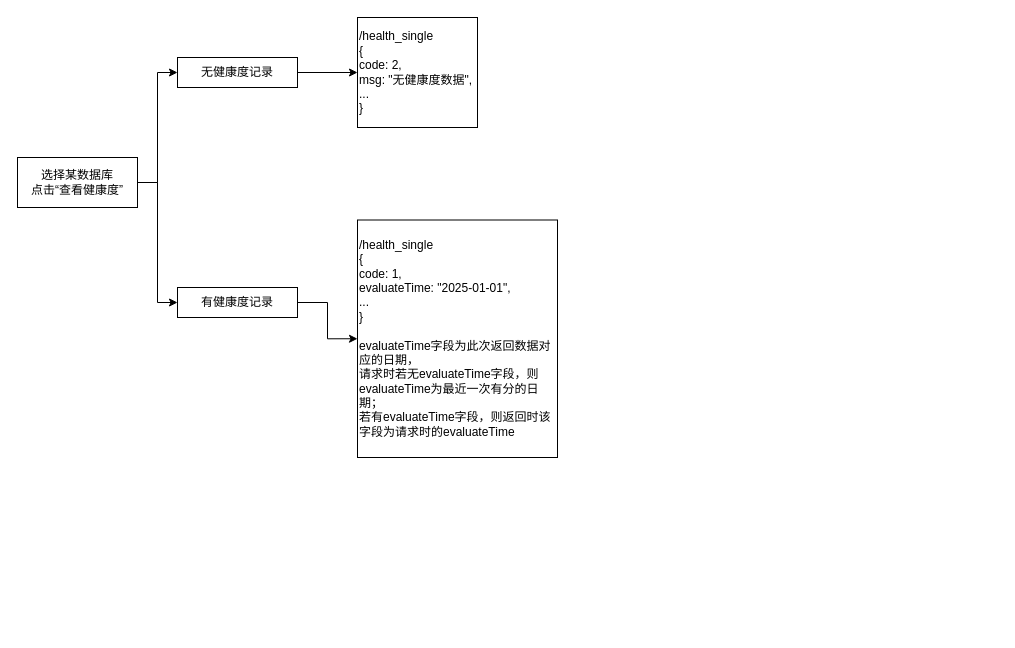
Above: dbi健康度边界情况.drawio in Lee-7723/Git (draw.io), before the change. Source tidied: cells renumbered, new cells numbered last; positions are measured from the earlier drawing's top-left corner, leaving out a move shared by most shapes. Both pictures are drawn from the tidied source at 100%, with x=0, y=0 at pixel (17, 17).
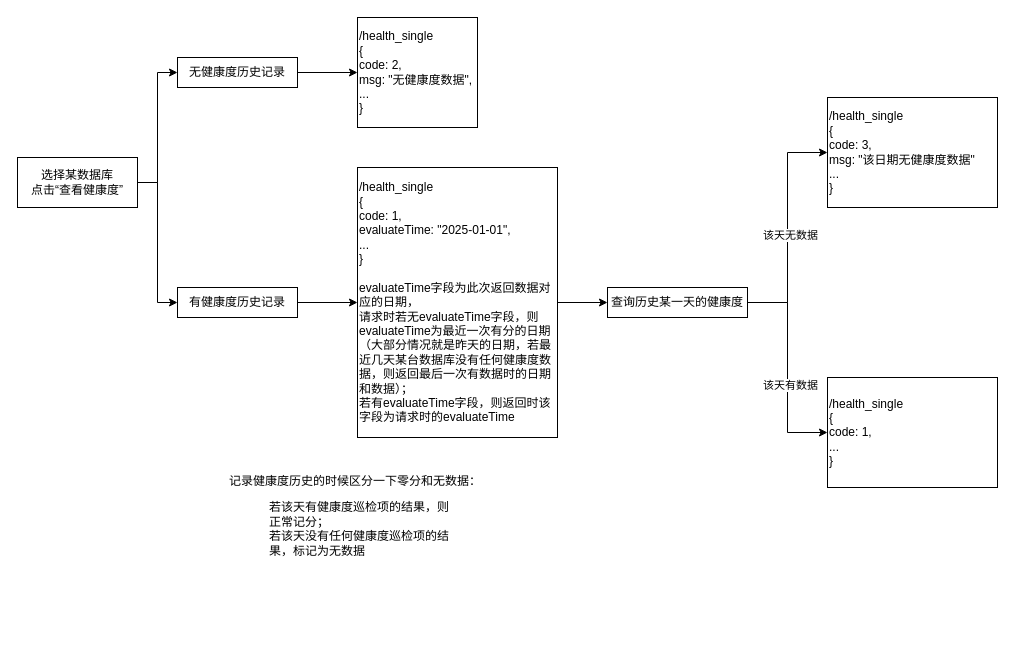
Above is the later version.

Commit message (it also covers changes not shown here):
更新dbi健康度边界情况.drawio

Change to the diagram source:
```diff
@@
 <mxGraphModel>
   <root>
     <mxCell id="0" />
     <mxCell id="1" parent="0" />
     <mxCell id="2" style="edgeStyle=orthogonalEdgeStyle;rounded=0;jettySize=auto;html=1;exitX=1;exitY=0.5;exitDx=0;exitDy=0;entryX=0;entryY=0.5;entryDx=0;entryDy=0;" parent="1" edge="1" source="4" target="6">
       <mxGeometry relative="1" as="geometry" />
     </mxCell>
     <mxCell id="3" style="edgeStyle=orthogonalEdgeStyle;rounded=0;jettySize=auto;html=1;exitX=1;exitY=0.5;exitDx=0;exitDy=0;entryX=0;entryY=0.5;entryDx=0;entryDy=0;" parent="1" edge="1" source="4" target="8">
       <mxGeometry relative="1" as="geometry" />
     </mxCell>
     <mxCell id="4" value="&lt;div&gt;选择某数据库&lt;/div&gt;&lt;div&gt;点击“查看健康度”&lt;br&gt;&lt;/div&gt;" style="rounded=0;whiteSpace=wrap;html=1;" parent="1" vertex="1">
       <mxGeometry y="140" width="120" height="50" as="geometry" />
     </mxCell>
     <mxCell id="5" style="edgeStyle=orthogonalEdgeStyle;rounded=0;jettySize=auto;html=1;exitX=1;exitY=0.5;exitDx=0;exitDy=0;entryX=0;entryY=0.5;entryDx=0;entryDy=0;" parent="1" edge="1" source="6" target="9">
       <mxGeometry relative="1" as="geometry" />
     </mxCell>
-    <mxCell id="6" value="无健康度记录" style="rounded=0;whiteSpace=wrap;html=1;" parent="1" vertex="1">
+    <mxCell id="6" value="无健康度历史记录" style="rounded=0;whiteSpace=wrap;html=1;" parent="1" vertex="1">
       <mxGeometry x="160" y="40" width="120" height="30" as="geometry" />
     </mxCell>
     <mxCell id="7" style="edgeStyle=orthogonalEdgeStyle;rounded=0;jettySize=auto;html=1;exitX=1;exitY=0.5;exitDx=0;exitDy=0;entryX=0;entryY=0.5;entryDx=0;entryDy=0;" parent="1" edge="1" source="8" target="10">
       <mxGeometry relative="1" as="geometry" />
     </mxCell>
-    <mxCell id="8" value="有健康度记录" style="rounded=0;whiteSpace=wrap;html=1;" parent="1" vertex="1">
+    <mxCell id="8" value="有健康度历史记录" style="rounded=0;whiteSpace=wrap;html=1;" parent="1" vertex="1">
       <mxGeometry x="160" y="270" width="120" height="30" as="geometry" />
     </mxCell>
     <mxCell id="9" value="&lt;div align=&quot;left&quot;&gt;/health_single&lt;/div&gt;&lt;div align=&quot;left&quot;&gt;{&lt;/div&gt;&lt;div align=&quot;left&quot;&gt;code: 2,&amp;nbsp;&lt;/div&gt;&lt;div align=&quot;left&quot;&gt;msg: &quot;无健康度数据&quot;,&lt;/div&gt;&lt;div align=&quot;left&quot;&gt;...&lt;br&gt;&lt;/div&gt;&lt;div align=&quot;left&quot;&gt;}&lt;br&gt;&lt;/div&gt;" style="rounded=0;whiteSpace=wrap;html=1;align=left;" parent="1" vertex="1">
       <mxGeometry x="340" width="120" height="110" as="geometry" />
     </mxCell>
+    <mxCell id="11" style="edgeStyle=orthogonalEdgeStyle;rounded=0;jettySize=auto;html=1;exitX=1;exitY=0.5;exitDx=0;exitDy=0;entryX=0;entryY=0.5;entryDx=0;entryDy=0;" parent="1" edge="1" source="10" target="16">
+      <mxGeometry relative="1" as="geometry" />
+    </mxCell>
-    <mxCell id="10" value="&lt;div align=&quot;left&quot;&gt;/health_single&lt;/div&gt;&lt;div align=&quot;left&quot;&gt;{&lt;/div&gt;&lt;div align=&quot;left&quot;&gt;code: 1,&amp;nbsp;&lt;/div&gt;&lt;div align=&quot;left&quot;&gt;evaluateTime: &quot;2025-01-01&quot;,&lt;/div&gt;&lt;div align=&quot;left&quot;&gt;...&lt;br&gt;&lt;/div&gt;&lt;div align=&quot;left&quot;&gt;}&lt;/div&gt;&lt;div align=&quot;left&quot;&gt;&lt;br&gt;&lt;/div&gt;&lt;div align=&quot;left&quot;&gt;evaluateTime字段为此次返回数据对应的日期，&lt;br&gt;&lt;/div&gt;&lt;div align=&quot;left&quot;&gt;请求时若无evaluateTime字段，则evaluateTime为最近一次有分的日期；&lt;/div&gt;&lt;div align=&quot;left&quot;&gt;若有evaluateTime字段，则返回时该字段为请求时的evaluateTime&lt;br&gt;&lt;/div&gt;" style="rounded=0;whiteSpace=wrap;html=1;align=left;" parent="1" vertex="1">
-      <mxGeometry x="340" y="202.5" width="200" height="237.5" as="geometry" />
+    <mxCell id="10" value="&lt;div align=&quot;left&quot;&gt;/health_single&lt;/div&gt;&lt;div align=&quot;left&quot;&gt;{&lt;/div&gt;&lt;div align=&quot;left&quot;&gt;code: 1,&amp;nbsp;&lt;/div&gt;&lt;div align=&quot;left&quot;&gt;evaluateTime: &quot;2025-01-01&quot;,&lt;/div&gt;&lt;div align=&quot;left&quot;&gt;...&lt;br&gt;&lt;/div&gt;&lt;div align=&quot;left&quot;&gt;}&lt;/div&gt;&lt;div align=&quot;left&quot;&gt;&lt;br&gt;&lt;/div&gt;&lt;div align=&quot;left&quot;&gt;evaluateTime字段为此次返回数据对应的日期，&lt;br&gt;&lt;/div&gt;&lt;div align=&quot;left&quot;&gt;请求时若无evaluateTime字段，则evaluateTime为最近一次有分的日期（大部分情况就是昨天的日期，若最近几天某台数据库没有任何健康度数据，则返回最后一次有数据时的日期和数据）；&lt;/div&gt;&lt;div align=&quot;left&quot;&gt;若有evaluateTime字段，则返回时该字段为请求时的evaluateTime&lt;br&gt;&lt;/div&gt;" style="rounded=0;whiteSpace=wrap;html=1;align=left;" parent="1" vertex="1">
+      <mxGeometry x="340" y="150" width="200" height="270" as="geometry" />
     </mxCell>
+    <mxCell id="12" style="edgeStyle=orthogonalEdgeStyle;rounded=0;jettySize=auto;html=1;exitX=1;exitY=0.5;exitDx=0;exitDy=0;entryX=0;entryY=0.5;entryDx=0;entryDy=0;" parent="1" edge="1" source="16" target="17">
+      <mxGeometry relative="1" as="geometry" />
+    </mxCell>
+    <mxCell id="13" value="该天无数据" style="edgeLabel;html=1;align=center;verticalAlign=middle;" parent="12" vertex="1">
+      <mxGeometry x="-0.06" y="-2" relative="1" as="geometry" />
+    </mxCell>
+    <mxCell id="14" style="edgeStyle=orthogonalEdgeStyle;rounded=0;jettySize=auto;html=1;exitX=1;exitY=0.5;exitDx=0;exitDy=0;entryX=0;entryY=0.5;entryDx=0;entryDy=0;" parent="1" edge="1" source="16" target="18">
+      <mxGeometry relative="1" as="geometry" />
+    </mxCell>
+    <mxCell id="15" value="该天有数据" style="edgeLabel;html=1;align=center;verticalAlign=middle;" parent="14" vertex="1">
+      <mxGeometry x="0.16" y="2" relative="1" as="geometry" />
+    </mxCell>
+    <mxCell id="16" value="查询历史某一天的健康度" style="rounded=0;whiteSpace=wrap;html=1;" parent="1" vertex="1">
+      <mxGeometry x="590" y="270" width="140" height="30" as="geometry" />
+    </mxCell>
+    <mxCell id="17" value="&lt;div align=&quot;left&quot;&gt;/health_single&lt;/div&gt;&lt;div align=&quot;left&quot;&gt;{&lt;/div&gt;&lt;div align=&quot;left&quot;&gt;code: 3,&lt;/div&gt;&lt;div align=&quot;left&quot;&gt;msg: &quot;该日期无健康度数据&quot;&lt;/div&gt;&lt;div align=&quot;left&quot;&gt;...&lt;br&gt;&lt;/div&gt;&lt;div align=&quot;left&quot;&gt;}&lt;/div&gt;" style="rounded=0;whiteSpace=wrap;html=1;align=left;" parent="1" vertex="1">
+      <mxGeometry x="810" y="80" width="170" height="110" as="geometry" />
+    </mxCell>
+    <mxCell id="18" value="&lt;div align=&quot;left&quot;&gt;/health_single&lt;/div&gt;&lt;div align=&quot;left&quot;&gt;{&lt;/div&gt;&lt;div align=&quot;left&quot;&gt;code: 1,&lt;/div&gt;&lt;div align=&quot;left&quot;&gt;...&lt;br&gt;&lt;/div&gt;&lt;div align=&quot;left&quot;&gt;}&lt;/div&gt;" style="rounded=0;whiteSpace=wrap;html=1;align=left;" parent="1" vertex="1">
+      <mxGeometry x="810" y="360" width="170" height="110" as="geometry" />
+    </mxCell>
+    <mxCell id="19" value="&lt;div&gt;记录健康度历史的时候区分一下零分和无数据：&lt;/div&gt;&lt;blockquote&gt;&lt;div&gt;若该天有健康度巡检项的结果，则正常记分；&lt;/div&gt;&lt;div&gt;若该天没有任何健康度巡检项的结果，标记为无数据&lt;/div&gt;&lt;/blockquote&gt;" style="text;html=1;whiteSpace=wrap;overflow=hidden;rounded=0;" parent="1" vertex="1">
+      <mxGeometry x="210" y="450" width="270" height="160" as="geometry" />
+    </mxCell>
   </root>
 </mxGraphModel>
```
